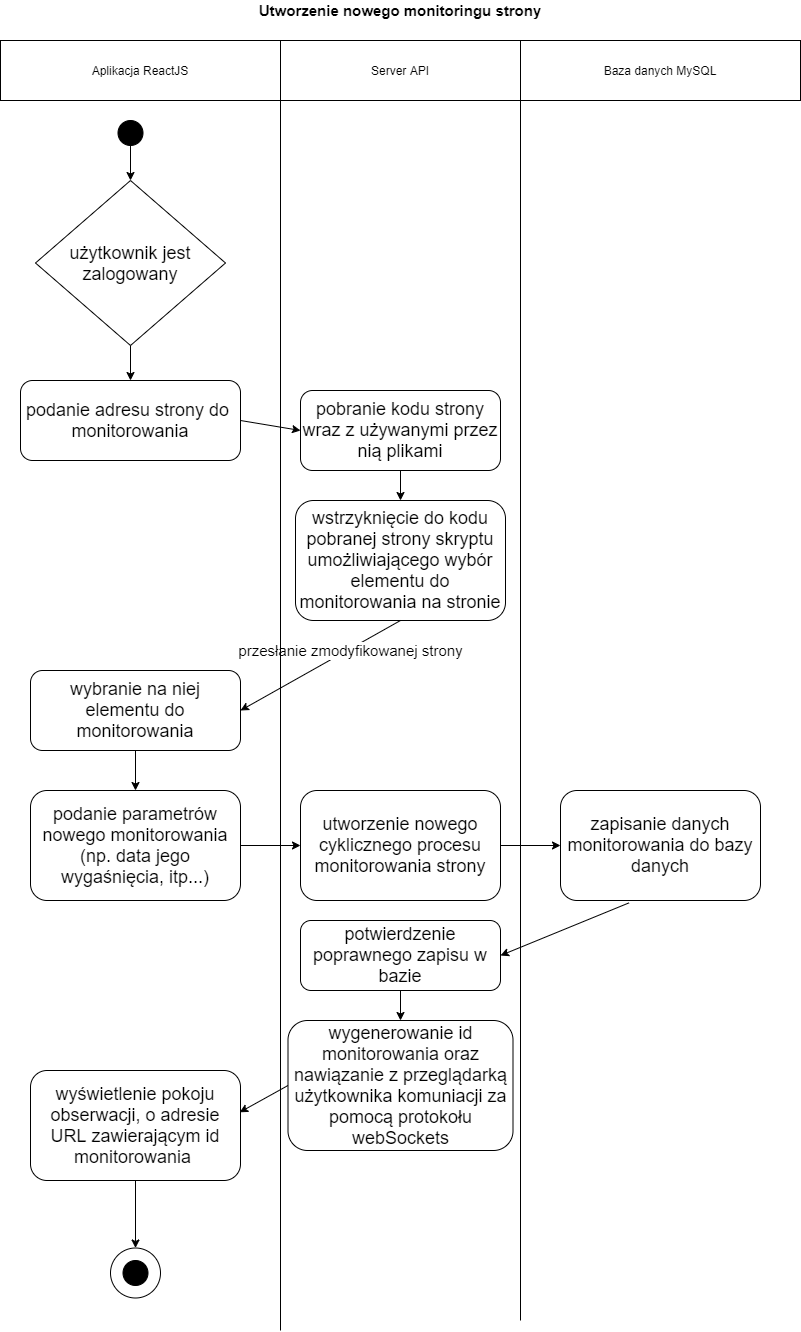
Earlier version of the draw.io export pdf/new-monitor-activity-uml.png (JanKulbinski/WebsiteMonitor). Source tidied: cells renumbered, new cells last; positions are measured from the earlier drawing's top-left corner, leaving out a move shared by most shapes.
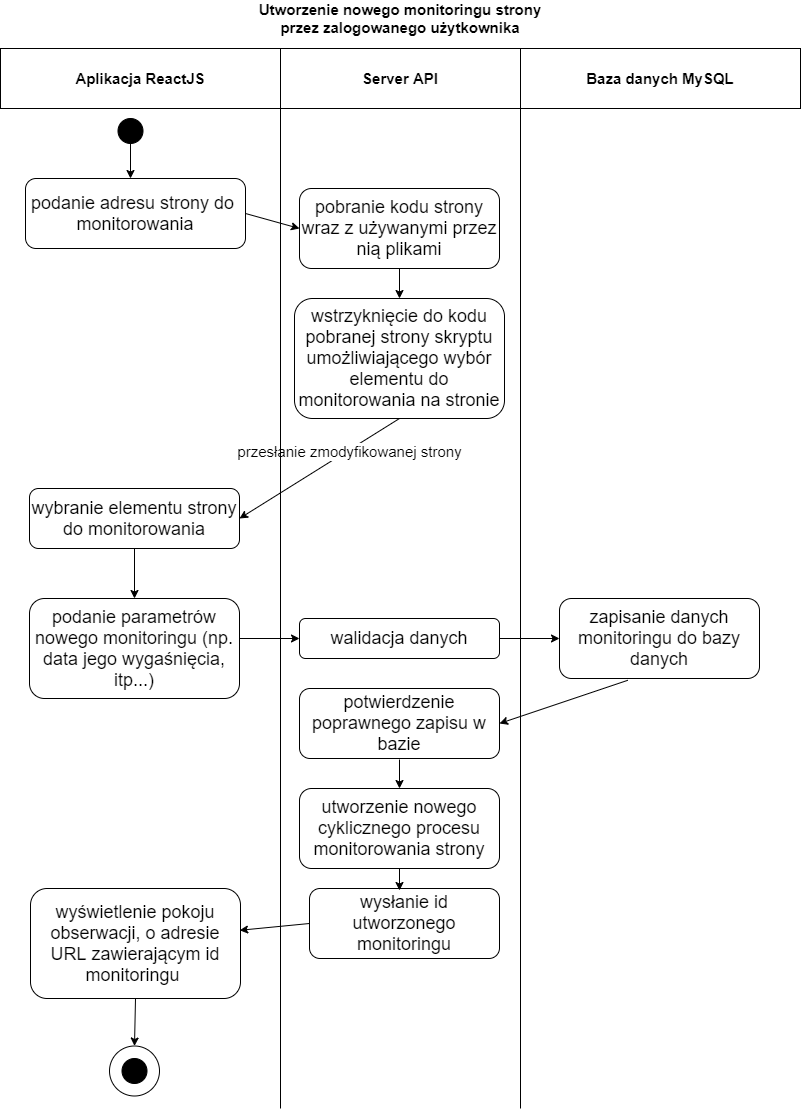
After the commit.

Commit message:
backend is data valid

The edit, as a diff of the source:
```diff
@@ -2,73 +2,69 @@
   <root>
     <mxCell id="0" />
     <mxCell id="1" parent="0" />
-    <mxCell id="2" value="Aplikacja ReactJS" style="rounded=0;whiteSpace=wrap;html=1;fillColor=none;" parent="1" vertex="1">
-      <mxGeometry y="40" width="280" height="60" as="geometry" />
+    <mxCell id="2" value="&lt;font size=&quot;1&quot;&gt;&lt;b style=&quot;font-size: 15px&quot;&gt;Aplikacja ReactJS&lt;/b&gt;&lt;/font&gt;" style="rounded=0;whiteSpace=wrap;html=1;fillColor=none;" parent="1" vertex="1">
+      <mxGeometry x="-6" y="-280" width="280" height="60" as="geometry" />
     </mxCell>
-    <mxCell id="3" value="Server API" style="rounded=0;whiteSpace=wrap;html=1;fillColor=none;" parent="1" vertex="1">
-      <mxGeometry x="280" y="40" width="240" height="60" as="geometry" />
+    <mxCell id="3" value="&lt;font style=&quot;font-size: 15px&quot;&gt;&lt;b&gt;Server API&lt;/b&gt;&lt;/font&gt;" style="rounded=0;whiteSpace=wrap;html=1;fillColor=none;" parent="1" vertex="1">
+      <mxGeometry x="274" y="-280" width="240" height="60" as="geometry" />
     </mxCell>
-    <mxCell id="4" value="Baza danych MySQL" style="rounded=0;whiteSpace=wrap;html=1;fillColor=none;" parent="1" vertex="1">
-      <mxGeometry x="520" y="40" width="280" height="60" as="geometry" />
+    <mxCell id="4" value="&lt;b&gt;&lt;font style=&quot;font-size: 15px&quot;&gt;Baza danych MySQL&lt;/font&gt;&lt;/b&gt;" style="rounded=0;whiteSpace=wrap;html=1;fillColor=none;" parent="1" vertex="1">
+      <mxGeometry x="514" y="-280" width="280" height="60" as="geometry" />
     </mxCell>
     <mxCell id="5" value="&lt;font style=&quot;font-size: 18px&quot;&gt;podanie adresu strony do&amp;nbsp; &amp;nbsp;monitorowania&amp;nbsp;&lt;/font&gt;" style="rounded=1;whiteSpace=wrap;html=1;fillColor=none;" parent="1" vertex="1">
-      <mxGeometry x="20" y="380" width="220" height="80" as="geometry" />
+      <mxGeometry x="19" y="-150" width="220" height="70" as="geometry" />
     </mxCell>
     <mxCell id="6" value="&lt;font style=&quot;font-size: 18px&quot;&gt;pobranie kodu strony wraz z używanymi przez nią plikami&lt;/font&gt;" style="rounded=1;whiteSpace=wrap;html=1;fillColor=none;" parent="1" vertex="1">
-      <mxGeometry x="300" y="390" width="200" height="80" as="geometry" />
+      <mxGeometry x="293" y="-140" width="200" height="80" as="geometry" />
     </mxCell>
-    <mxCell id="7" value="&lt;font style=&quot;font-size: 18px&quot;&gt;wybranie na niej elementu do monitorowania&lt;/font&gt;" style="rounded=1;whiteSpace=wrap;html=1;fillColor=none;" parent="1" vertex="1">
-      <mxGeometry x="30" y="670" width="210" height="80" as="geometry" />
+    <mxCell id="7" value="&lt;font style=&quot;font-size: 18px&quot;&gt;wybranie elementu strony do monitorowania&lt;/font&gt;" style="rounded=1;whiteSpace=wrap;html=1;fillColor=none;" parent="1" vertex="1">
+      <mxGeometry x="23" y="160" width="210" height="60" as="geometry" />
     </mxCell>
     <mxCell id="8" value="&lt;font style=&quot;font-size: 18px&quot;&gt;wstrzyknięcie do kodu pobranej strony skryptu umożliwiającego wybór elementu do monitorowania na stronie&lt;/font&gt;" style="rounded=1;whiteSpace=wrap;html=1;fillColor=none;" parent="1" vertex="1">
-      <mxGeometry x="295" y="500" width="210" height="120" as="geometry" />
+      <mxGeometry x="288" y="-30" width="210" height="120" as="geometry" />
     </mxCell>
     <mxCell id="9" value="&lt;font style=&quot;font-size: 15px&quot;&gt;przesłanie zmodyfikowanej strony&lt;/font&gt;" style="endArrow=classic;html=1;entryX=1;entryY=0.5;entryDx=0;entryDy=0;exitX=0.5;exitY=1;exitDx=0;exitDy=0;" parent="1" edge="1" source="8" target="7">
       <mxGeometry x="-0.36" y="2" relative="1" as="geometry" />
     </mxCell>
-    <mxCell id="10" value="&lt;b&gt;&lt;font style=&quot;font-size: 15px&quot;&gt;Utworzenie nowego monitoringu strony&lt;/font&gt;&lt;/b&gt;" style="text;html=1;strokeColor=none;fillColor=none;align=center;verticalAlign=middle;whiteSpace=wrap;rounded=0;" parent="1" vertex="1">
-      <mxGeometry x="237" width="326" height="20" as="geometry" />
+    <mxCell id="10" value="&lt;b&gt;&lt;font style=&quot;font-size: 15px&quot;&gt;Utworzenie nowego monitoringu strony przez zalogowanego użytkownika&lt;/font&gt;&lt;/b&gt;" style="text;html=1;strokeColor=none;fillColor=none;align=center;verticalAlign=middle;whiteSpace=wrap;rounded=0;" parent="1" vertex="1">
+      <mxGeometry x="231" y="-320" width="326" height="20" as="geometry" />
     </mxCell>
     <mxCell id="11" style="ellipse;whiteSpace=wrap;html=1;fillColor=#000000;" parent="1" vertex="1">
-      <mxGeometry x="117.5" y="120" width="25" height="25" as="geometry" />
+      <mxGeometry x="111.5" y="-210" width="25" height="25" as="geometry" />
     </mxCell>
     <mxCell id="12" style="endArrow=classic;html=1;entryX=0.5;entryY=0;entryDx=0;entryDy=0;exitX=0.5;exitY=1;exitDx=0;exitDy=0;" parent="1" edge="1" source="11">
       <mxGeometry relative="1" as="geometry">
-        <mxPoint x="130" y="180" as="targetPoint" />
+        <mxPoint x="124" y="-150" as="targetPoint" />
       </mxGeometry>
     </mxCell>
-    <mxCell id="13" style="endArrow=classic;html=1;exitX=1;exitY=0.5;exitDx=0;exitDy=0;entryX=0;entryY=0.5;entryDx=0;entryDy=0;" parent="1" edge="1" source="5" target="6">
+    <mxCell id="13" style="endArrow=classic;html=1;entryX=0;entryY=0.5;entryDx=0;entryDy=0;exitX=1;exitY=0.5;exitDx=0;exitDy=0;" parent="1" edge="1" source="5" target="6">
       <mxGeometry relative="1" as="geometry" />
     </mxCell>
     <mxCell id="14" style="endArrow=classic;html=1;exitX=0.5;exitY=1;exitDx=0;exitDy=0;entryX=0.5;entryY=0;entryDx=0;entryDy=0;" parent="1" edge="1" source="7" target="15">
       <mxGeometry relative="1" as="geometry" />
     </mxCell>
-    <mxCell id="15" value="&lt;font style=&quot;font-size: 18px&quot;&gt;podanie parametrów nowego monitorowania (np. data jego wygaśnięcia, itp...)&lt;/font&gt;" style="rounded=1;whiteSpace=wrap;html=1;fillColor=none;" parent="1" vertex="1">
-      <mxGeometry x="30" y="790" width="210" height="110" as="geometry" />
+    <mxCell id="15" value="&lt;font style=&quot;font-size: 18px&quot;&gt;podanie parametrów nowego monitoringu (np. data jego wygaśnięcia, itp...)&lt;/font&gt;" style="rounded=1;whiteSpace=wrap;html=1;fillColor=none;" parent="1" vertex="1">
+      <mxGeometry x="23" y="270" width="210" height="100" as="geometry" />
     </mxCell>
-    <mxCell id="16" style="endArrow=classic;html=1;exitX=1;exitY=0.5;exitDx=0;exitDy=0;entryX=0;entryY=0.5;entryDx=0;entryDy=0;" parent="1" edge="1" source="15" target="17">
-      <mxGeometry relative="1" as="geometry" />
+    <mxCell id="16" style="endArrow=classic;html=1;" parent="1" edge="1" target="34">
+      <mxGeometry relative="1" as="geometry">
+        <mxPoint x="233" y="310" as="sourcePoint" />
+      </mxGeometry>
     </mxCell>
     <mxCell id="17" value="&lt;font style=&quot;font-size: 18px&quot;&gt;utworzenie nowego cyklicznego procesu monitorowania strony&lt;/font&gt;" style="rounded=1;whiteSpace=wrap;html=1;fillColor=none;" parent="1" vertex="1">
-      <mxGeometry x="300" y="790" width="200" height="110" as="geometry" />
+      <mxGeometry x="293" y="460" width="200" height="80" as="geometry" />
     </mxCell>
-    <mxCell id="18" value="&lt;font style=&quot;font-size: 18px&quot;&gt;zapisanie danych monitorowania do bazy danych&lt;/font&gt;" style="rounded=1;whiteSpace=wrap;html=1;fillColor=none;" parent="1" vertex="1">
-      <mxGeometry x="560" y="790" width="200" height="110" as="geometry" />
+    <mxCell id="18" value="&lt;font style=&quot;font-size: 18px&quot;&gt;zapisanie danych monitoringu do bazy danych&lt;/font&gt;" style="rounded=1;whiteSpace=wrap;html=1;fillColor=none;" parent="1" vertex="1">
+      <mxGeometry x="553" y="270" width="200" height="80" as="geometry" />
     </mxCell>
-    <mxCell id="19" value="&lt;font style=&quot;font-size: 18px&quot;&gt;użytkownik jest zalogowany&lt;/font&gt;" style="rhombus;whiteSpace=wrap;html=1;fillColor=none;" parent="1" vertex="1">
-      <mxGeometry x="35" y="180" width="190" height="165" as="geometry" />
-    </mxCell>
-    <mxCell id="20" style="endArrow=classic;html=1;exitX=0.5;exitY=1;exitDx=0;exitDy=0;entryX=0.5;entryY=0;entryDx=0;entryDy=0;" parent="1" edge="1" source="19" target="5">
-      <mxGeometry relative="1" as="geometry" />
-    </mxCell>
-    <mxCell id="21" style="endArrow=classic;html=1;exitX=1;exitY=0.5;exitDx=0;exitDy=0;entryX=0;entryY=0.5;entryDx=0;entryDy=0;" parent="1" edge="1" source="17" target="18">
+    <mxCell id="21" style="endArrow=classic;html=1;exitX=1;exitY=0.5;exitDx=0;exitDy=0;entryX=0;entryY=0.5;entryDx=0;entryDy=0;" parent="1" edge="1" source="34" target="18">
       <mxGeometry relative="1" as="geometry" />
     </mxCell>
-    <mxCell id="22" value="&lt;font style=&quot;font-size: 18px&quot;&gt;wygenerowanie id monitorowania oraz nawiązanie z przeglądarką użytkownika komuniacji za pomocą protokołu webSockets&lt;/font&gt;" style="rounded=1;whiteSpace=wrap;html=1;fillColor=none;" parent="1" vertex="1">
-      <mxGeometry x="287.5" y="1020" width="225" height="130" as="geometry" />
+    <mxCell id="22" value="&lt;font style=&quot;font-size: 18px&quot;&gt;wysłanie id utworzonego monitoringu&lt;/font&gt;" style="rounded=1;whiteSpace=wrap;html=1;fillColor=none;" parent="1" vertex="1">
+      <mxGeometry x="303" y="560" width="190" height="70" as="geometry" />
     </mxCell>
-    <mxCell id="23" value="&lt;font style=&quot;font-size: 18px&quot;&gt;wyświetlenie pokoju obserwacji, o adresie URL zawierającym id monitorowania&amp;nbsp;&lt;/font&gt;" style="rounded=1;whiteSpace=wrap;html=1;fillColor=none;" parent="1" vertex="1">
-      <mxGeometry x="30" y="1070" width="210" height="110" as="geometry" />
+    <mxCell id="23" value="&lt;font style=&quot;font-size: 18px&quot;&gt;wyświetlenie pokoju obserwacji, o adresie URL zawierającym id monitoringu&amp;nbsp;&lt;/font&gt;" style="rounded=1;whiteSpace=wrap;html=1;fillColor=none;" parent="1" vertex="1">
+      <mxGeometry x="24" y="560" width="210" height="110" as="geometry" />
     </mxCell>
     <mxCell id="24" style="endArrow=classic;html=1;exitX=0;exitY=0.5;exitDx=0;exitDy=0;entryX=0.996;entryY=0.38;entryDx=0;entryDy=0;entryPerimeter=0;" parent="1" edge="1" source="22" target="23">
       <mxGeometry relative="1" as="geometry" />
@@ -78,31 +74,41 @@
     </mxCell>
     <mxCell id="26" style="endArrow=none;html=1;fontSize=15;entryX=0;entryY=1;entryDx=0;entryDy=0;" parent="1" edge="1" target="4">
       <mxGeometry relative="1" as="geometry">
-        <mxPoint x="520" y="1320" as="sourcePoint" />
+        <mxPoint x="514" y="780" as="sourcePoint" />
       </mxGeometry>
     </mxCell>
     <mxCell id="27" style="endArrow=none;html=1;fontSize=15;entryX=0;entryY=1;entryDx=0;entryDy=0;" parent="1" edge="1" target="3">
       <mxGeometry relative="1" as="geometry">
-        <mxPoint x="280" y="1330" as="sourcePoint" />
+        <mxPoint x="274" y="780" as="sourcePoint" />
       </mxGeometry>
     </mxCell>
     <mxCell id="28" style="endArrow=classic;html=1;fontSize=15;exitX=0.5;exitY=1;exitDx=0;exitDy=0;entryX=0.5;entryY=0;entryDx=0;entryDy=0;" parent="1" edge="1" source="23" target="30">
       <mxGeometry relative="1" as="geometry" />
     </mxCell>
     <mxCell id="29" style="ellipse;whiteSpace=wrap;html=1;fillColor=#000000;" parent="1" vertex="1">
-      <mxGeometry x="122.5" y="1260" width="25" height="25" as="geometry" />
+      <mxGeometry x="115.5" y="730" width="25" height="25" as="geometry" />
     </mxCell>
     <mxCell id="30" style="ellipse;whiteSpace=wrap;html=1;fillColor=none;fontSize=15;" parent="1" vertex="1">
-      <mxGeometry x="110" y="1247.5" width="50" height="50" as="geometry" />
+      <mxGeometry x="103" y="717.5" width="50" height="50" as="geometry" />
     </mxCell>
     <mxCell id="31" value="&lt;font style=&quot;font-size: 18px&quot;&gt;potwierdzenie poprawnego zapisu w bazie&lt;/font&gt;" style="rounded=1;whiteSpace=wrap;html=1;fillColor=none;" parent="1" vertex="1">
-      <mxGeometry x="300" y="920" width="200" height="70" as="geometry" />
+      <mxGeometry x="293" y="360" width="200" height="70" as="geometry" />
     </mxCell>
-    <mxCell id="32" style="endArrow=classic;html=1;exitX=0.5;exitY=1;exitDx=0;exitDy=0;entryX=0.5;entryY=0;entryDx=0;entryDy=0;" parent="1" edge="1" source="31" target="22">
-      <mxGeometry relative="1" as="geometry" />
+    <mxCell id="32" style="endArrow=classic;html=1;entryX=0.5;entryY=0;entryDx=0;entryDy=0;" parent="1" edge="1" target="17">
+      <mxGeometry relative="1" as="geometry">
+        <mxPoint x="393" y="431" as="sourcePoint" />
+      </mxGeometry>
     </mxCell>
     <mxCell id="33" style="endArrow=classic;html=1;exitX=0.342;exitY=1.022;exitDx=0;exitDy=0;exitPerimeter=0;entryX=1;entryY=0.5;entryDx=0;entryDy=0;" parent="1" edge="1" source="18" target="31">
       <mxGeometry relative="1" as="geometry" />
     </mxCell>
+    <mxCell id="34" value="&lt;font style=&quot;font-size: 18px&quot;&gt;walidacja danych&lt;/font&gt;" style="rounded=1;whiteSpace=wrap;html=1;fillColor=none;" parent="1" vertex="1">
+      <mxGeometry x="293" y="290" width="200" height="40" as="geometry" />
+    </mxCell>
+    <mxCell id="35" style="endArrow=classic;html=1;exitX=0.5;exitY=1;exitDx=0;exitDy=0;" parent="1" edge="1" source="17">
+      <mxGeometry relative="1" as="geometry">
+        <mxPoint x="393" y="562" as="targetPoint" />
+      </mxGeometry>
+    </mxCell>
   </root>
 </mxGraphModel>
```
